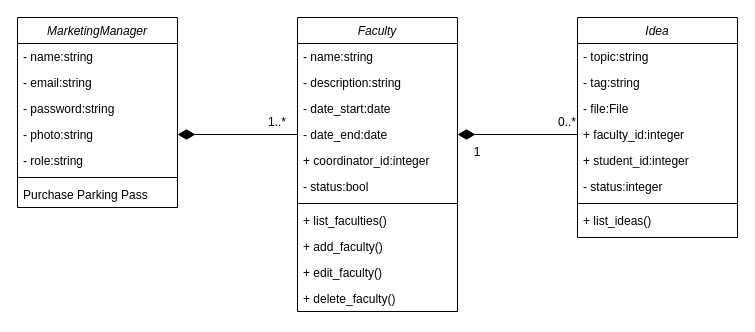
The draw.io diagram page "Marketing Manager" (3 of 5) of Database System Design diagram/Class Diagram.drawio in HungBuii/creative_ideas_project_1, before the edit. Source tidied: cells renumbered, new cells numbered last; positions are measured from the earlier drawing's top-left corner, leaving out a move shared by most shapes. Both pictures are drawn from the tidied source at 100%, with x=0, y=0 at pixel (17, 17).
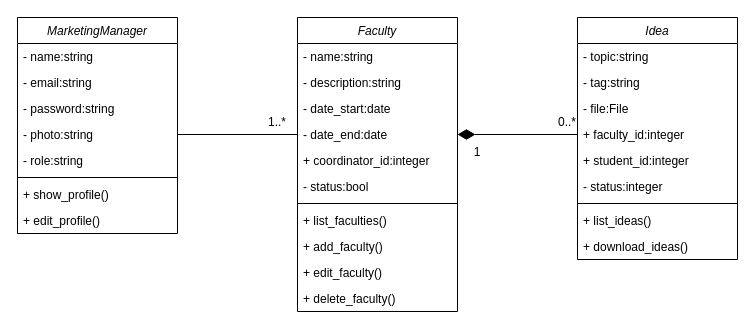
After the change.

Unchanged cells that the change refers to:
```xml
<mxCell id="6" value="- photo:string" style="text;align=left;verticalAlign=top;spacingLeft=4;spacingRight=4;overflow=hidden;points=[[0,0.5],[1,0.5]];portConstraint=eastwest;rounded=0;shadow=0;html=0;" parent="2" vertex="1">
  <mxGeometry y="104" width="160" height="26" as="geometry" />
</mxCell>
<mxCell id="14" value="- date_end:date" style="text;align=left;verticalAlign=top;spacingLeft=4;spacingRight=4;overflow=hidden;points=[[0,0.5],[1,0.5]];portConstraint=eastwest;rounded=0;shadow=0;html=0;" parent="10" vertex="1">
  <mxGeometry y="104" width="160" height="26" as="geometry" />
</mxCell>
```

What changed in the source:
```diff
@@
     <mxCell id="2" value="MarketingManager" style="swimlane;fontStyle=2;align=center;verticalAlign=top;horizontal=1;startSize=26;rounded=0;shadow=0;strokeWidth=1;" parent="1" vertex="1">
-      <mxGeometry width="160" height="190" as="geometry" />
+      <mxGeometry width="160" height="216" as="geometry" />
     </mxCell>
@@
-    <mxCell id="9" value="Purchase Parking Pass" style="text;align=left;verticalAlign=top;spacingLeft=4;spacingRight=4;overflow=hidden;" parent="2" vertex="1">
+    <mxCell id="9" value="+ show_profile()" style="text;align=left;verticalAlign=top;spacingLeft=4;spacingRight=4;overflow=hidden;" parent="2" vertex="1">
       <mxGeometry y="164" width="160" height="26" as="geometry" />
     </mxCell>
+    <mxCell id="36" value="+ edit_profile()" style="text;align=left;verticalAlign=top;spacingLeft=4;spacingRight=4;overflow=hidden;" parent="2" vertex="1">
+      <mxGeometry y="190" width="160" height="26" as="geometry" />
+    </mxCell>
@@
-    <mxCell id="22" style="endArrow=none;html=1;rounded=0;exitX=1;exitY=0.5;exitDx=0;exitDy=0;startArrow=diamondThin;startFill=1;startSize=15;entryX=0;entryY=0.5;entryDx=0;entryDy=0;" parent="1" edge="1" source="6" target="14">
+    <mxCell id="22" style="endArrow=none;html=1;rounded=0;exitX=1;exitY=0.5;exitDx=0;exitDy=0;startArrow=none;startFill=0;startSize=15;entryX=0;entryY=0.5;entryDx=0;entryDy=0;" parent="1" edge="1" source="6" target="14">
       <mxGeometry relative="1" as="geometry" />
     </mxCell>
@@
     <mxCell id="24" value="Idea" style="swimlane;fontStyle=2;align=center;verticalAlign=top;horizontal=1;startSize=26;rounded=0;shadow=0;strokeWidth=1;" parent="1" vertex="1">
-      <mxGeometry x="560" width="160" height="220" as="geometry" />
+      <mxGeometry x="560" width="160" height="242" as="geometry" />
     </mxCell>
@@
+    <mxCell id="37" value="+ download_ideas()" style="text;align=left;verticalAlign=top;spacingLeft=4;spacingRight=4;overflow=hidden;" parent="24" vertex="1">
+      <mxGeometry y="216" width="160" height="26" as="geometry" />
+    </mxCell>
```
